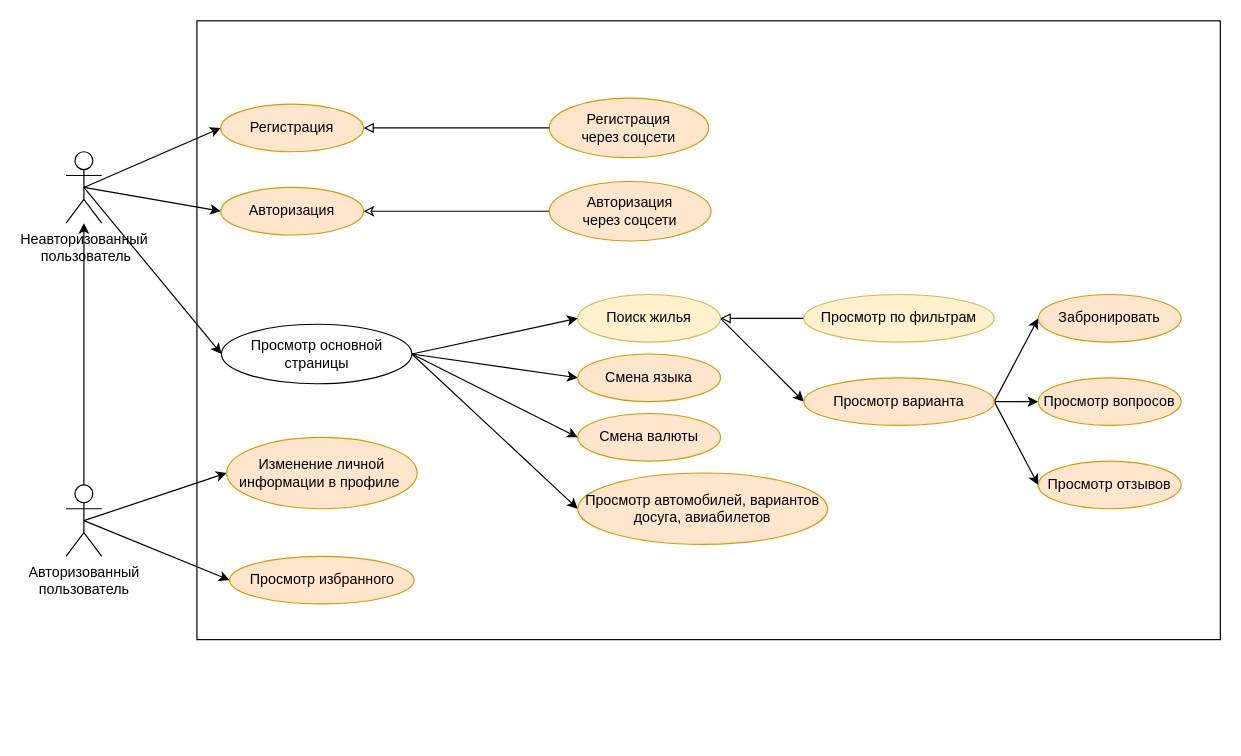
david-d25/testing-labwork3 keeps this draw.io diagram as uml.drawio. Above is the earlier version. Source tidied: cells renumbered, new cells numbered last; positions are measured from the earlier drawing's top-left corner, leaving out a move shared by most shapes. Both pictures are drawn from the tidied source at 119%, with x=0, y=0 at pixel (65, 20).
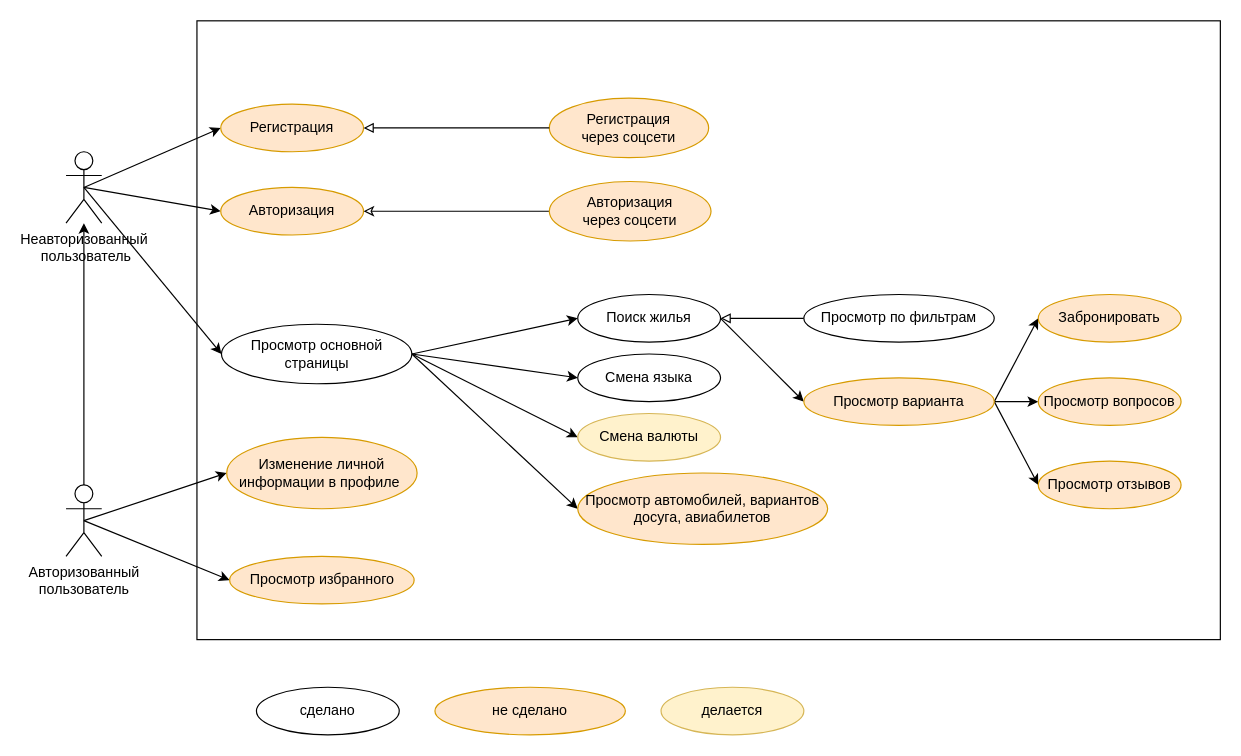
After the change.

Change to the diagram source:
```diff
@@
-    <mxCell id="20" value="Поиск жилья" style="ellipse;whiteSpace=wrap;html=1;fillColor=#fff2cc;strokeColor=#d6b656;" parent="1" vertex="1">
+    <mxCell id="20" value="Поиск жилья" style="ellipse;whiteSpace=wrap;html=1;" parent="1" vertex="1">
       <mxGeometry x="430" y="230" width="120" height="40" as="geometry" />
     </mxCell>
@@
-    <mxCell id="24" value="Просмотр по фильтрам" style="ellipse;whiteSpace=wrap;html=1;fillColor=#fff2cc;strokeColor=#d6b656;" parent="1" vertex="1">
+    <mxCell id="24" value="Просмотр по фильтрам" style="ellipse;whiteSpace=wrap;html=1;" parent="1" vertex="1">
       <mxGeometry x="620" y="230" width="160" height="40" as="geometry" />
     </mxCell>
@@
-    <mxCell id="28" value="Смена языка" style="ellipse;whiteSpace=wrap;html=1;fillColor=#ffe6cc;strokeColor=#d79b00;" parent="1" vertex="1">
+    <mxCell id="28" value="Смена языка" style="ellipse;whiteSpace=wrap;html=1;" parent="1" vertex="1">
       <mxGeometry x="430" y="280" width="120" height="40" as="geometry" />
     </mxCell>
-    <mxCell id="29" value="Смена валюты" style="ellipse;whiteSpace=wrap;html=1;fillColor=#ffe6cc;strokeColor=#d79b00;" parent="1" vertex="1">
+    <mxCell id="29" value="Смена валюты" style="ellipse;whiteSpace=wrap;html=1;fillColor=#fff2cc;strokeColor=#d6b656;" parent="1" vertex="1">
       <mxGeometry x="430" y="330" width="120" height="40" as="geometry" />
     </mxCell>
@@
+    <mxCell id="38" value="не сделано" style="ellipse;whiteSpace=wrap;html=1;fillColor=#ffe6cc;strokeColor=#d79b00;" parent="1" vertex="1">
+      <mxGeometry x="310" y="560" width="160" height="40" as="geometry" />
+    </mxCell>
+    <mxCell id="39" value="делается" style="ellipse;whiteSpace=wrap;html=1;fillColor=#fff2cc;strokeColor=#d6b656;" parent="1" vertex="1">
+      <mxGeometry x="500" y="560" width="120" height="40" as="geometry" />
+    </mxCell>
+    <mxCell id="40" value="сделано" style="ellipse;whiteSpace=wrap;html=1;" parent="1" vertex="1">
+      <mxGeometry x="160" y="560" width="120" height="40" as="geometry" />
+    </mxCell>
```
